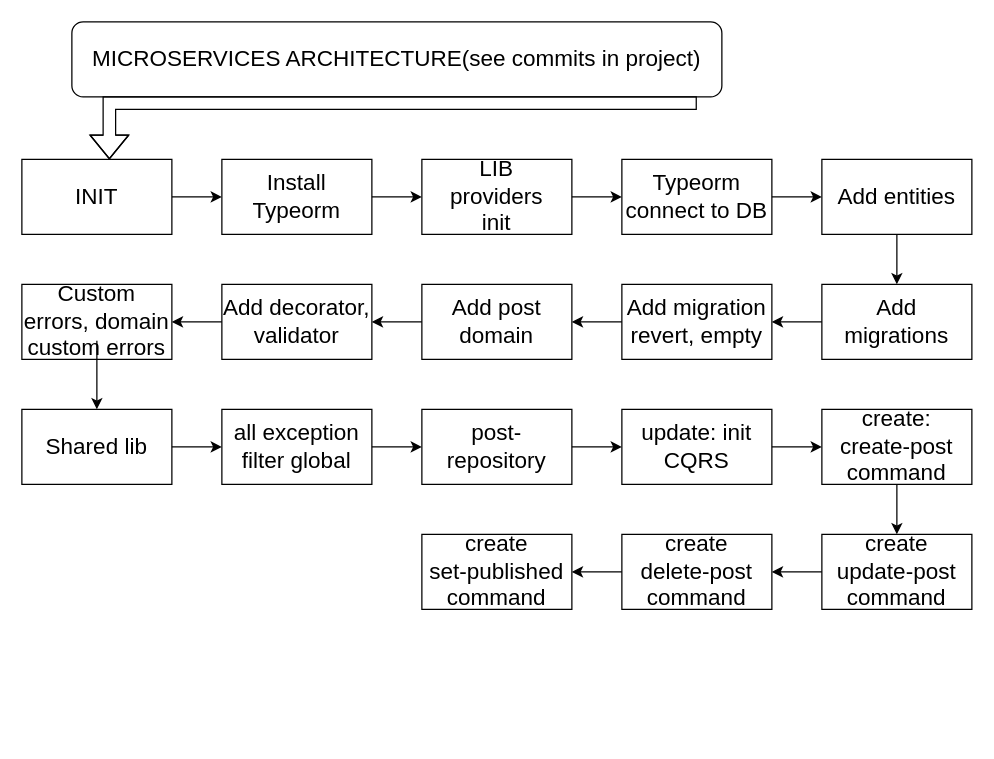
Before: draw/Диаграмма без названия.drawio in wtfkimi/structure_algoritms, a draw.io diagram. Source tidied: cells renumbered, new cells numbered last; positions are measured from the earlier drawing's top-left corner, leaving out a move shared by most shapes. Both pictures are drawn from the tidied source at 125%, with x=0, y=0 at pixel (21, 21).
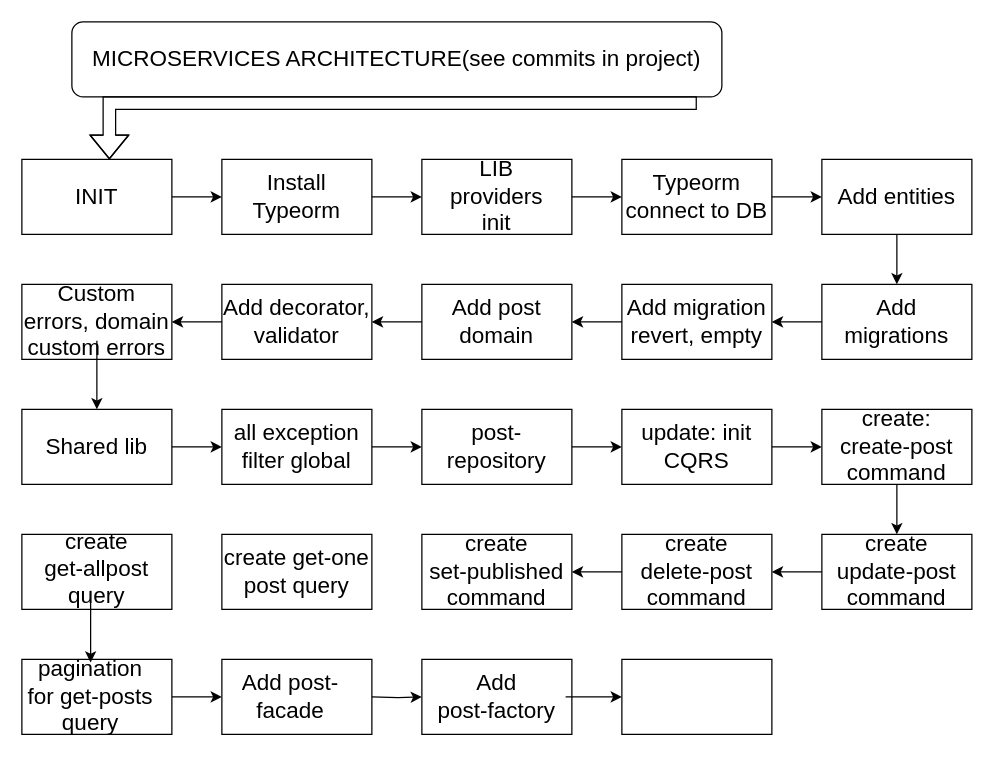
After the change.

What changed in the source:
```diff
@@
+    <mxCell id="57" style="rounded=0;whiteSpace=wrap;html=1;" parent="1" vertex="1">
+      <mxGeometry x="160" y="410" width="120" height="60" as="geometry" />
+    </mxCell>
+    <mxCell id="58" style="rounded=0;whiteSpace=wrap;html=1;" parent="1" vertex="1">
+      <mxGeometry y="410" width="120" height="60" as="geometry" />
+    </mxCell>
+    <mxCell id="59" style="edgeStyle=orthogonalEdgeStyle;rounded=0;jettySize=auto;html=1;" parent="1" edge="1" source="60" target="69">
+      <mxGeometry relative="1" as="geometry" />
+    </mxCell>
+    <mxCell id="60" style="rounded=0;whiteSpace=wrap;html=1;" parent="1" vertex="1">
+      <mxGeometry y="510" width="120" height="60" as="geometry" />
+    </mxCell>
+    <mxCell id="61" style="rounded=0;whiteSpace=wrap;html=1;" parent="1" vertex="1">
+      <mxGeometry x="160" y="510" width="120" height="60" as="geometry" />
+    </mxCell>
+    <mxCell id="62" style="rounded=0;whiteSpace=wrap;html=1;" parent="1" vertex="1">
+      <mxGeometry x="320" y="510" width="120" height="60" as="geometry" />
+    </mxCell>
+    <mxCell id="63" style="rounded=0;whiteSpace=wrap;html=1;" parent="1" vertex="1">
+      <mxGeometry x="480" y="510" width="120" height="60" as="geometry" />
+    </mxCell>
+    <mxCell id="64" value="&lt;span style=&quot;font-size: 18px;&quot;&gt;create get-one post query&lt;br&gt;&lt;/span&gt;" style="text;html=1;strokeColor=none;fillColor=none;align=center;verticalAlign=middle;whiteSpace=wrap;rounded=0;" parent="1" vertex="1">
+      <mxGeometry x="160" y="425" width="120" height="30" as="geometry" />
+    </mxCell>
+    <mxCell id="65" style="edgeStyle=orthogonalEdgeStyle;rounded=0;jettySize=auto;html=1;" parent="1" edge="1" source="66" target="67">
+      <mxGeometry relative="1" as="geometry">
+        <Array as="points">
+          <mxPoint x="55" y="470" />
+          <mxPoint x="55" y="470" />
+        </Array>
+      </mxGeometry>
+    </mxCell>
+    <mxCell id="66" value="&lt;span style=&quot;font-size: 18px;&quot;&gt;create &lt;br&gt;get-allpost query&lt;br&gt;&lt;/span&gt;" style="text;html=1;strokeColor=none;fillColor=none;align=center;verticalAlign=middle;whiteSpace=wrap;rounded=0;" parent="1" vertex="1">
+      <mxGeometry y="420" width="120" height="35" as="geometry" />
+    </mxCell>
+    <mxCell id="67" value="&lt;font style=&quot;font-size: 18px;&quot;&gt;pagination&lt;/font&gt;&lt;br style=&quot;border-color: var(--border-color); font-size: 18px;&quot;&gt;&lt;span style=&quot;font-size: 18px;&quot;&gt;for get-posts query&lt;/span&gt;" style="text;html=1;strokeColor=none;fillColor=none;align=center;verticalAlign=middle;whiteSpace=wrap;rounded=0;" parent="1" vertex="1">
+      <mxGeometry y="512.5" width="110" height="55" as="geometry" />
+    </mxCell>
+    <mxCell id="68" style="edgeStyle=orthogonalEdgeStyle;rounded=0;jettySize=auto;html=1;entryX=0;entryY=0.5;entryDx=0;entryDy=0;" parent="1" edge="1" target="62">
+      <mxGeometry relative="1" as="geometry">
+        <mxPoint x="280" y="540" as="sourcePoint" />
+      </mxGeometry>
+    </mxCell>
+    <mxCell id="69" value="&lt;span style=&quot;font-size: 18px;&quot;&gt;Add post-facade&lt;/span&gt;" style="text;html=1;strokeColor=none;fillColor=none;align=center;verticalAlign=middle;whiteSpace=wrap;rounded=0;" parent="1" vertex="1">
+      <mxGeometry x="160" y="512.5" width="110" height="55" as="geometry" />
+    </mxCell>
+    <mxCell id="70" style="edgeStyle=orthogonalEdgeStyle;rounded=0;jettySize=auto;html=1;" parent="1" edge="1" source="71" target="63">
+      <mxGeometry relative="1" as="geometry" />
+    </mxCell>
+    <mxCell id="71" value="&lt;span style=&quot;font-size: 18px;&quot;&gt;Add &lt;br&gt;post-factory&lt;/span&gt;" style="text;html=1;strokeColor=none;fillColor=none;align=center;verticalAlign=middle;whiteSpace=wrap;rounded=0;" parent="1" vertex="1">
+      <mxGeometry x="325" y="512.5" width="110" height="55" as="geometry" />
+    </mxCell>
```
